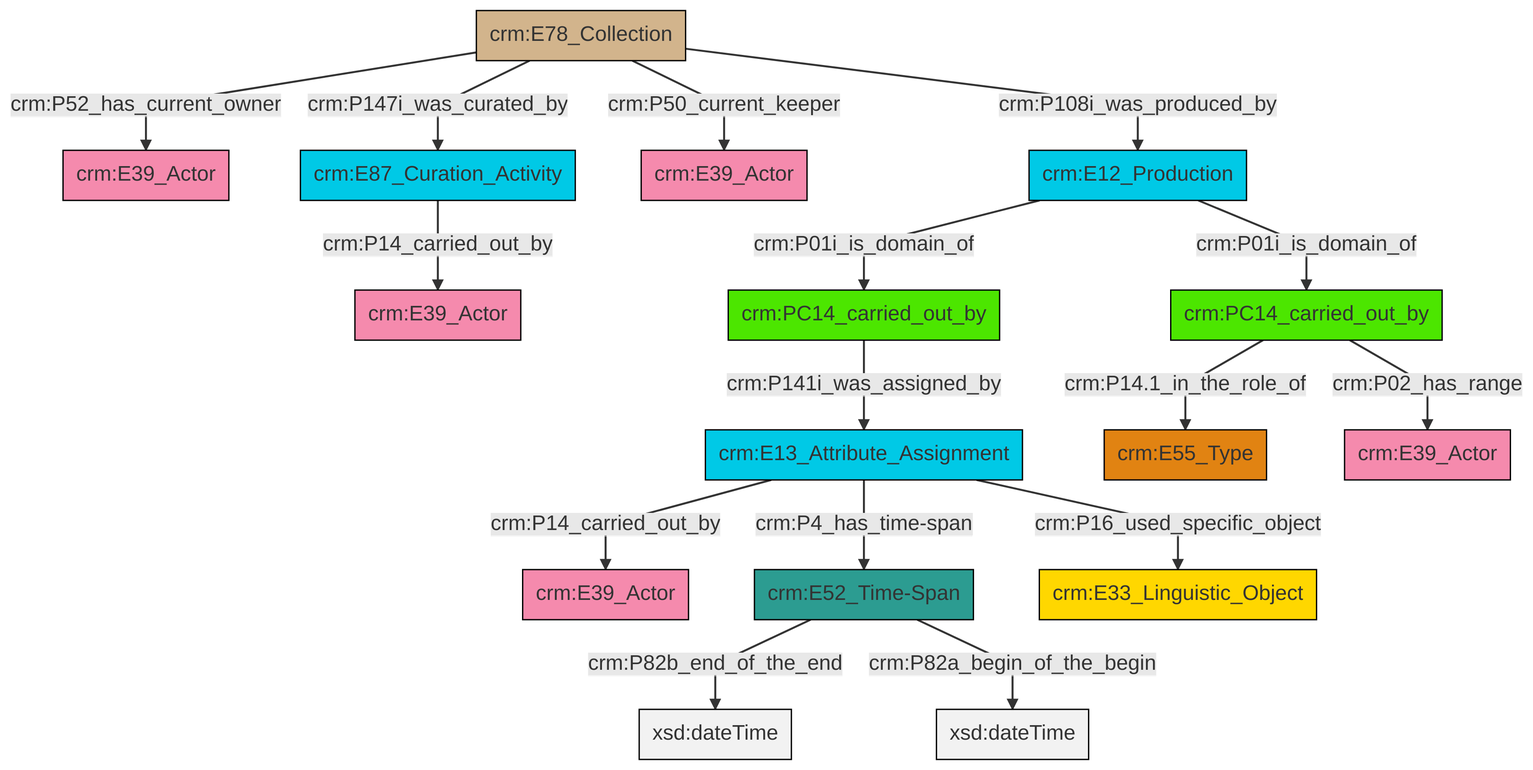
The Mermaid diagram et/archivalCSV/ttl/mmd/png/archival_relation.png in swiss-art-research-net/docs.swissartresearch, before a commit. Its source is kept beside it as et/archivalCSV/ttl/mmd/archival_relation.ttl.mmd.
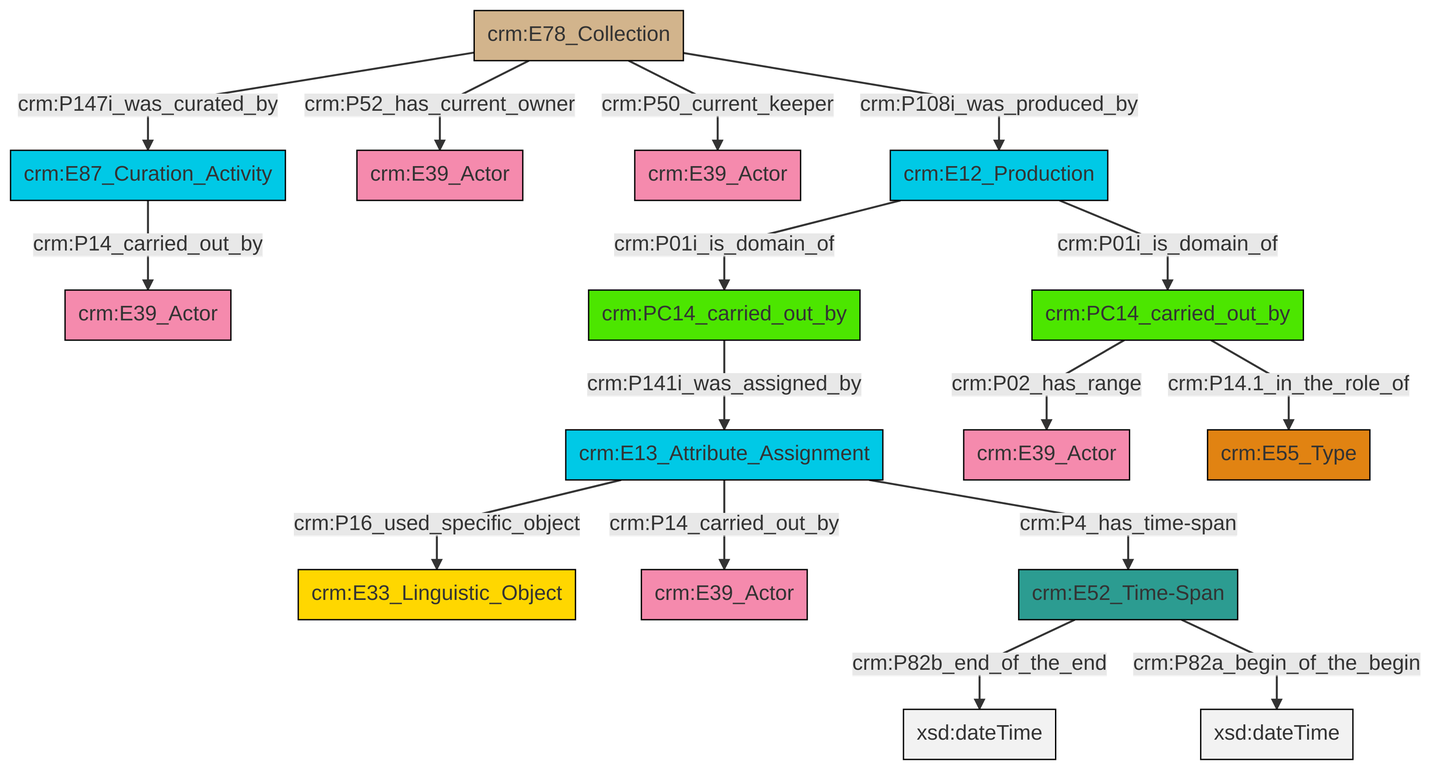
The same diagram one commit later.

Change to the diagram source:
```diff
@@ -13,18 +13,18 @@
 classDef PC_Classes fill:#4ce600, stroke:#000000;
 classDef Multi fill:#cccccc,stroke:#000000;
 
-2["crm:E87_Curation_Activity"]:::Temporal_Entity -->|crm:P14_carried_out_by| 3["crm:E39_Actor"]:::Actor
-7["crm:E78_Collection"]:::Physical_Thing -->|crm:P50_current_keeper| 4["crm:E39_Actor"]:::Actor
-10["crm:E13_Attribute_Assignment"]:::Temporal_Entity -->|crm:P14_carried_out_by| 8["crm:E39_Actor"]:::Actor
-12["crm:PC14_carried_out_by"]:::PC_Classes -->|crm:P141i_was_assigned_by| 10["crm:E13_Attribute_Assignment"]:::Temporal_Entity
-13["crm:E52_Time-Span"]:::Time-Span -->|crm:P82b_end_of_the_end| 14[xsd:dateTime]:::Literal
-7["crm:E78_Collection"]:::Physical_Thing -->|crm:P147i_was_curated_by| 2["crm:E87_Curation_Activity"]:::Temporal_Entity
-10["crm:E13_Attribute_Assignment"]:::Temporal_Entity -->|crm:P16_used_specific_object| 15["crm:E33_Linguistic_Object"]:::Conceptual_Object
-18["crm:E12_Production"]:::Temporal_Entity -->|crm:P01i_is_domain_of| 12["crm:PC14_carried_out_by"]:::PC_Classes
-7["crm:E78_Collection"]:::Physical_Thing -->|crm:P52_has_current_owner| 0["crm:E39_Actor"]:::Actor
-7["crm:E78_Collection"]:::Physical_Thing -->|crm:P108i_was_produced_by| 18["crm:E12_Production"]:::Temporal_Entity
-19["crm:PC14_carried_out_by"]:::PC_Classes -->|crm:P14.1_in_the_role_of| 20["crm:E55_Type"]:::Type
-13["crm:E52_Time-Span"]:::Time-Span -->|crm:P82a_begin_of_the_begin| 23[xsd:dateTime]:::Literal
-10["crm:E13_Attribute_Assignment"]:::Temporal_Entity -->|crm:P4_has_time-span| 13["crm:E52_Time-Span"]:::Time-Span
-19["crm:PC14_carried_out_by"]:::PC_Classes -->|crm:P02_has_range| 27["crm:E39_Actor"]:::Actor
-18["crm:E12_Production"]:::Temporal_Entity -->|crm:P01i_is_domain_of| 19["crm:PC14_carried_out_by"]:::PC_Classes
+8["crm:E13_Attribute_Assignment"]:::Temporal_Entity -->|crm:P14_carried_out_by| 9["crm:E39_Actor"]:::Actor
+16["crm:E52_Time-Span"]:::Time-Span -->|crm:P82b_end_of_the_end| 17[xsd:dateTime]:::Literal
+0["crm:E78_Collection"]:::Physical_Thing -->|crm:P50_current_keeper| 18["crm:E39_Actor"]:::Actor
+16["crm:E52_Time-Span"]:::Time-Span -->|crm:P82a_begin_of_the_begin| 19[xsd:dateTime]:::Literal
+8["crm:E13_Attribute_Assignment"]:::Temporal_Entity -->|crm:P16_used_specific_object| 6["crm:E33_Linguistic_Object"]:::Conceptual_Object
+12["crm:PC14_carried_out_by"]:::PC_Classes -->|crm:P02_has_range| 23["crm:E39_Actor"]:::Actor
+8["crm:E13_Attribute_Assignment"]:::Temporal_Entity -->|crm:P4_has_time-span| 16["crm:E52_Time-Span"]:::Time-Span
+0["crm:E78_Collection"]:::Physical_Thing -->|crm:P147i_was_curated_by| 21["crm:E87_Curation_Activity"]:::Temporal_Entity
+0["crm:E78_Collection"]:::Physical_Thing -->|crm:P108i_was_produced_by| 10["crm:E12_Production"]:::Temporal_Entity
+12["crm:PC14_carried_out_by"]:::PC_Classes -->|crm:P14.1_in_the_role_of| 27["crm:E55_Type"]:::Type
+10["crm:E12_Production"]:::Temporal_Entity -->|crm:P01i_is_domain_of| 12["crm:PC14_carried_out_by"]:::PC_Classes
+10["crm:E12_Production"]:::Temporal_Entity -->|crm:P01i_is_domain_of| 4["crm:PC14_carried_out_by"]:::PC_Classes
+4["crm:PC14_carried_out_by"]:::PC_Classes -->|crm:P141i_was_assigned_by| 8["crm:E13_Attribute_Assignment"]:::Temporal_Entity
+21["crm:E87_Curation_Activity"]:::Temporal_Entity -->|crm:P14_carried_out_by| 2["crm:E39_Actor"]:::Actor
+0["crm:E78_Collection"]:::Physical_Thing -->|crm:P52_has_current_owner| 14["crm:E39_Actor"]:::Actor
```
